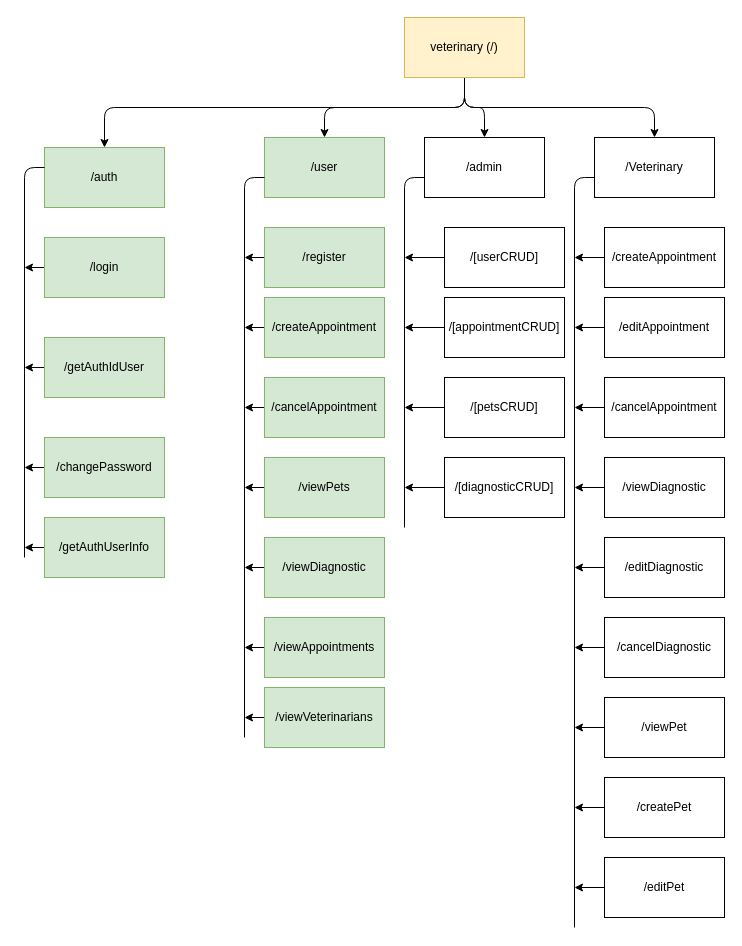
Before: diagrams/NAV.drawio in fernandoach/API-VETERINARY, a draw.io diagram. Source tidied: cells renumbered, new cells numbered last; positions are measured from the earlier drawing's top-left corner, leaving out a move shared by most shapes. Both pictures are drawn from the tidied source at 100%, with x=0, y=0 at pixel (24, 17).
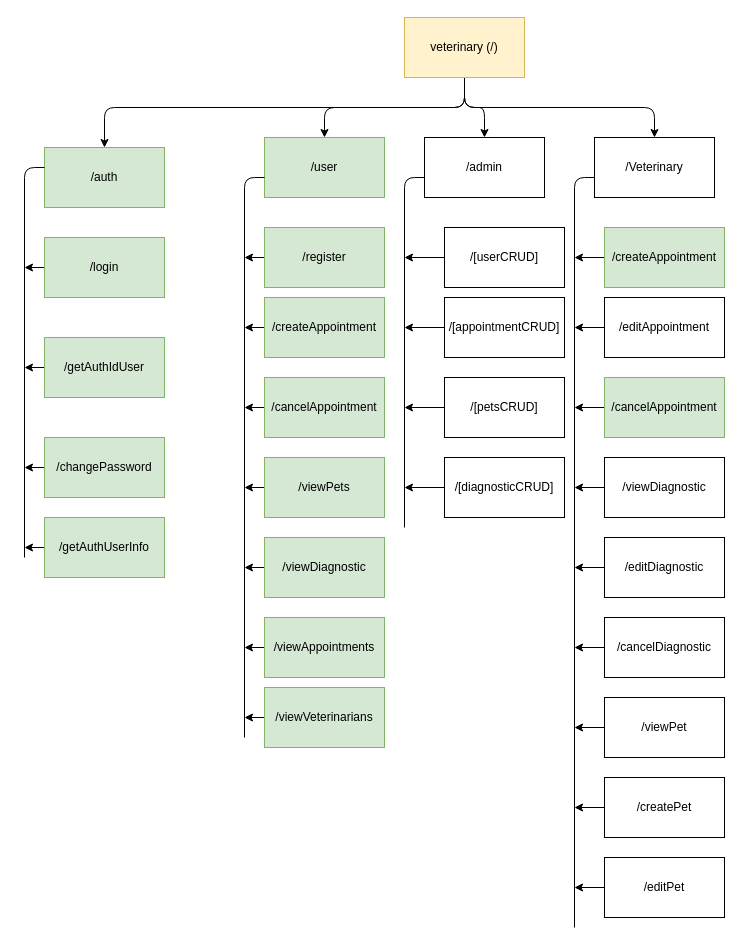
Above is the later version.

Commit message (it also covers changes not shown here):
ADD: /veterinary/cancelAppointment for authVet and idAppointment.

Diff of the diagram source:
```diff
@@
-    <mxCell id="29" value="/createAppointment" style="rounded=0;whiteSpace=wrap;html=1;" parent="1" vertex="1">
+    <mxCell id="29" value="/createAppointment" style="rounded=0;whiteSpace=wrap;html=1;fillColor=#d5e8d4;strokeColor=#82b366;" parent="1" vertex="1">
       <mxGeometry x="580" y="210" width="120" height="60" as="geometry" />
     </mxCell>
@@
-    <mxCell id="43" value="/cancelAppointment" style="rounded=0;whiteSpace=wrap;html=1;" parent="1" vertex="1">
+    <mxCell id="43" value="/cancelAppointment" style="rounded=0;whiteSpace=wrap;html=1;fillColor=#d5e8d4;strokeColor=#82b366;" parent="1" vertex="1">
       <mxGeometry x="580" y="360" width="120" height="60" as="geometry" />
     </mxCell>
```
